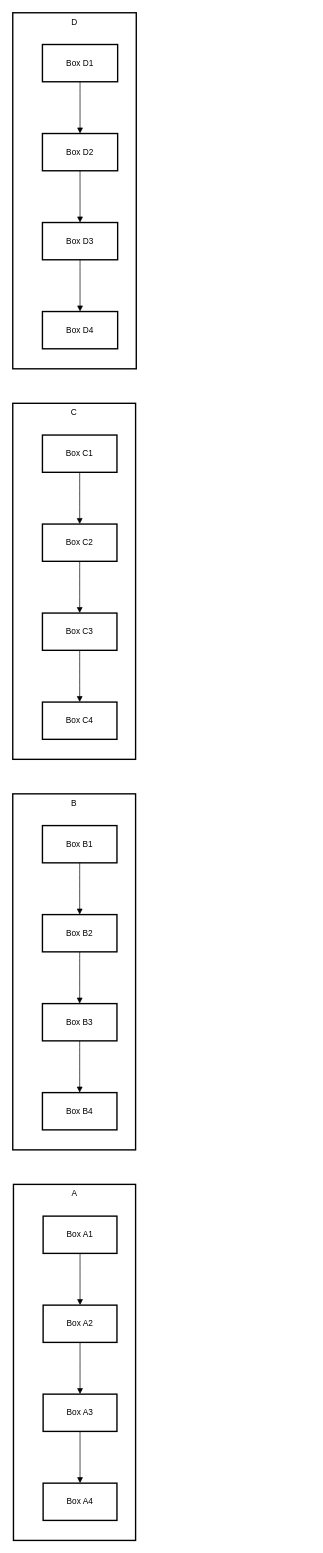
Earlier version of the draw.io diagram writeup/Untitled Diagram.drawio (chiffonng/mnemonic-gen). Source tidied: cells renumbered, new cells numbered last; positions are measured from the earlier drawing's top-left corner, leaving out a move shared by most shapes. Both pictures are drawn from the tidied source at 69%, with x=0, y=0 at pixel (12, 12).
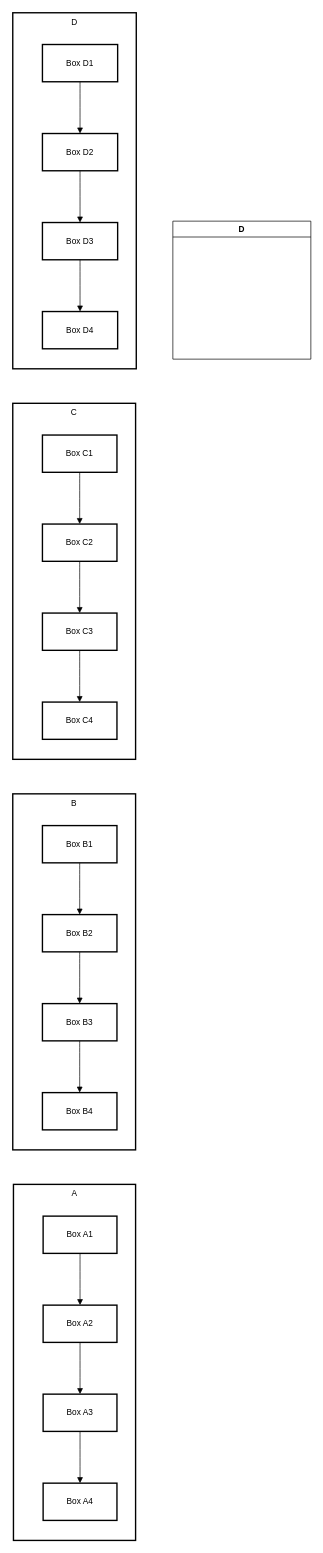
The same diagram, later.

Diff of the diagram source:
```diff
@@
+    <mxCell id="34" value="D" style="swimlane;whiteSpace=wrap;html=1;startSize=23;" parent="1" vertex="1">
+      <mxGeometry x="232" y="302" width="200" height="200" as="geometry" />
+    </mxCell>
```
